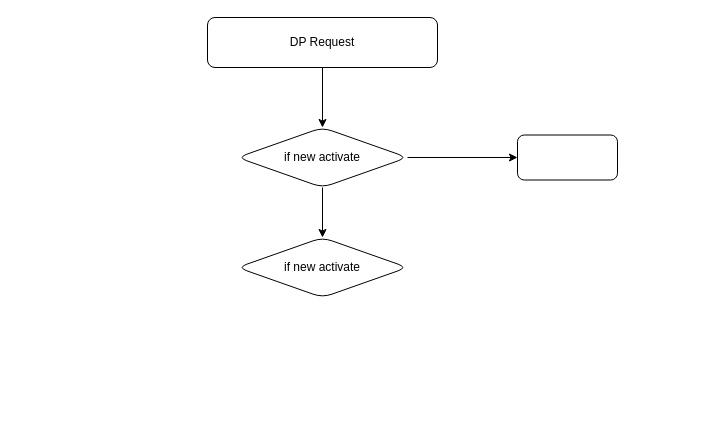
Before: landingpage.drawio in Leon-sun/datainsights, a draw.io diagram. Source tidied: cells renumbered, new cells numbered last; positions are measured from the earlier drawing's top-left corner, leaving out a move shared by most shapes. Both pictures are drawn from the tidied source at 100%, with x=0, y=0 at pixel (207, 17).
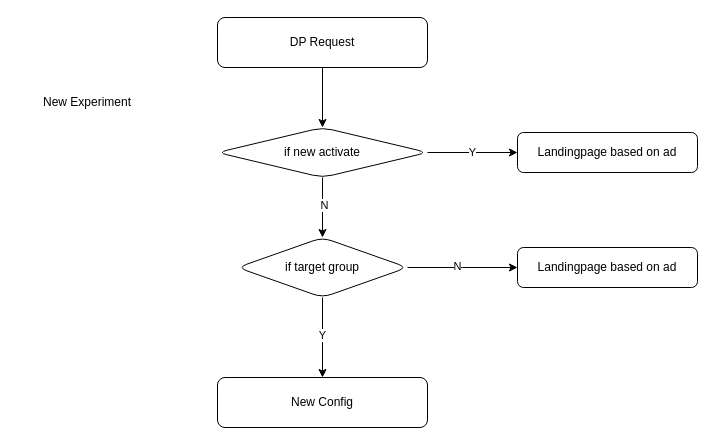
The same page after the edit.

Change to the diagram source:
```diff
@@
 <mxGraphModel>
   <root>
     <mxCell id="0" />
     <mxCell id="1" parent="0" />
     <mxCell id="2" style="edgeStyle=orthogonalEdgeStyle;rounded=0;jettySize=auto;html=1;" parent="1" edge="1" source="3" target="6">
       <mxGeometry relative="1" as="geometry" />
     </mxCell>
     <mxCell id="3" value="DP Request" style="rounded=1;whiteSpace=wrap;html=1;" parent="1" vertex="1">
-      <mxGeometry width="230" height="50" as="geometry" />
+      <mxGeometry x="10" width="210" height="50" as="geometry" />
     </mxCell>
     <mxCell id="4" style="edgeStyle=orthogonalEdgeStyle;rounded=0;jettySize=auto;html=1;" parent="1" edge="1" source="6" target="7">
       <mxGeometry relative="1" as="geometry" />
     </mxCell>
-    <mxCell id="5" style="edgeStyle=orthogonalEdgeStyle;rounded=0;jettySize=auto;html=1;" parent="1" edge="1" source="6" target="8">
-      <mxGeometry relative="1" as="geometry" />
-    </mxCell>
+    <mxCell id="9" value="N" style="edgeLabel;html=1;align=center;verticalAlign=middle;" parent="4" vertex="1">
+      <mxGeometry x="-0.1" y="1" relative="1" as="geometry" />
+    </mxCell>
+    <mxCell id="10" value="Y" style="edgeStyle=orthogonalEdgeStyle;rounded=0;jettySize=auto;html=1;entryX=0;entryY=0.5;entryDx=0;entryDy=0;" parent="1" edge="1" source="6" target="15">
+      <mxGeometry relative="1" as="geometry" />
+    </mxCell>
     <mxCell id="6" value="if new activate" style="rhombus;whiteSpace=wrap;html=1;rounded=1;" parent="1" vertex="1">
-      <mxGeometry x="30" y="110" width="170" height="60" as="geometry" />
+      <mxGeometry x="10" y="110" width="210" height="50" as="geometry" />
     </mxCell>
+    <mxCell id="11" style="edgeStyle=orthogonalEdgeStyle;rounded=0;jettySize=auto;html=1;" parent="1" edge="1" source="7">
+      <mxGeometry relative="1" as="geometry">
+        <mxPoint x="310" y="250" as="targetPoint" />
+      </mxGeometry>
+    </mxCell>
+    <mxCell id="12" value="N" style="edgeLabel;html=1;align=center;verticalAlign=middle;" parent="11" vertex="1">
+      <mxGeometry x="-0.11" y="2" relative="1" as="geometry" />
+    </mxCell>
+    <mxCell id="13" style="edgeStyle=orthogonalEdgeStyle;rounded=0;jettySize=auto;html=1;" parent="1" edge="1" source="7" target="17">
+      <mxGeometry relative="1" as="geometry" />
+    </mxCell>
+    <mxCell id="14" value="Y" style="edgeLabel;html=1;align=center;verticalAlign=middle;" parent="13" vertex="1">
+      <mxGeometry x="-0.07" y="-1" relative="1" as="geometry" />
+    </mxCell>
-    <mxCell id="7" value="if new activate" style="rhombus;whiteSpace=wrap;html=1;rounded=1;" parent="1" vertex="1">
+    <mxCell id="7" value="if target group" style="rhombus;whiteSpace=wrap;html=1;rounded=1;" parent="1" vertex="1">
       <mxGeometry x="30" y="220" width="170" height="60" as="geometry" />
     </mxCell>
-    <mxCell id="8" style="whiteSpace=wrap;html=1;rounded=1;" parent="1" vertex="1">
-      <mxGeometry x="310" y="117.5" width="100" height="45" as="geometry" />
-    </mxCell>
+    <mxCell id="15" value="Landingpage based on ad" style="whiteSpace=wrap;html=1;rounded=1;" parent="1" vertex="1">
+      <mxGeometry x="310" y="115" width="180" height="40" as="geometry" />
+    </mxCell>
+    <mxCell id="16" value="Landingpage based on ad" style="whiteSpace=wrap;html=1;rounded=1;" parent="1" vertex="1">
+      <mxGeometry x="310" y="230" width="180" height="40" as="geometry" />
+    </mxCell>
+    <mxCell id="17" value="New Config" style="whiteSpace=wrap;html=1;rounded=1;" parent="1" vertex="1">
+      <mxGeometry x="10" y="360" width="210" height="50" as="geometry" />
+    </mxCell>
+    <mxCell id="18" value="New Experiment" style="text;html=1;strokeColor=none;fillColor=none;align=center;verticalAlign=middle;whiteSpace=wrap;rounded=0;" parent="1" vertex="1">
+      <mxGeometry x="-190" y="70" width="140" height="30" as="geometry" />
+    </mxCell>
   </root>
 </mxGraphModel>
```
